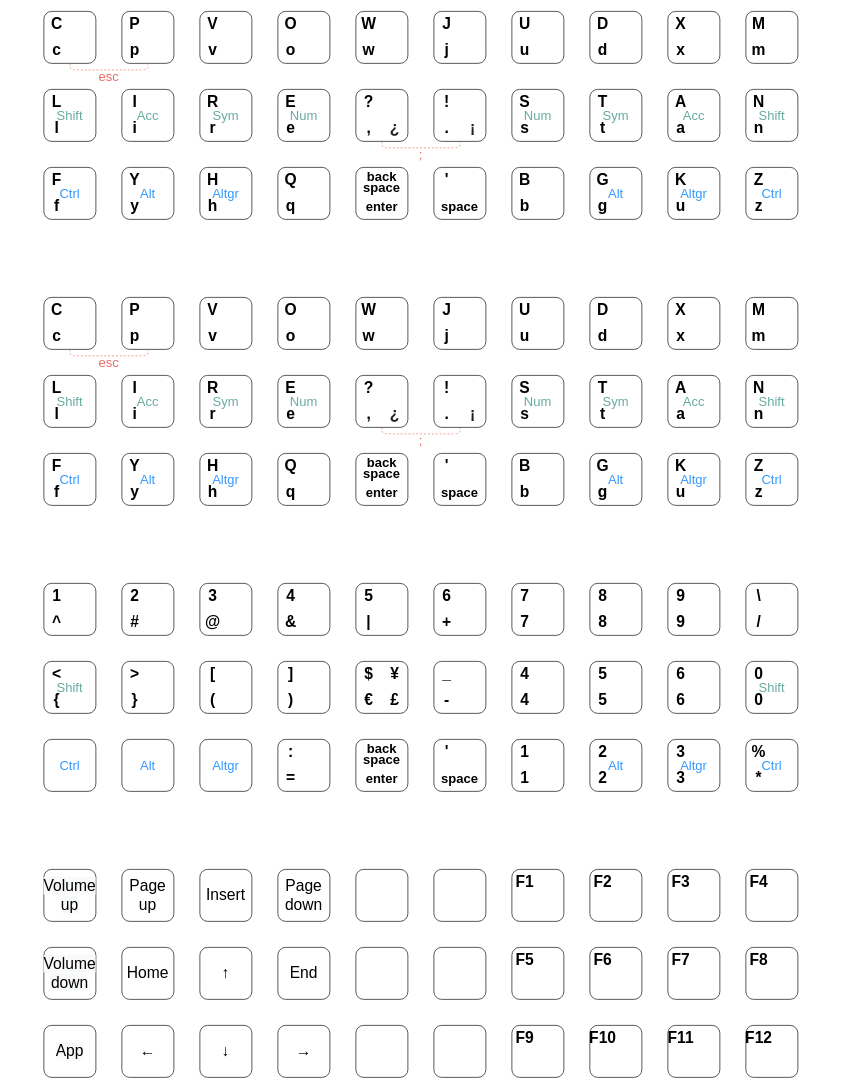
Hedgestock/custom-keyboard-layouts keeps this draw.io diagram as Gherkin with custom lire layout for 30 keys/gherkin aito-lire.drawio. Above is the earlier version. Source tidied: cells renumbered, new cells numbered last; positions are measured from the earlier drawing's top-left corner, leaving out a move shared by most shapes. Both pictures are drawn from the tidied source at 65%, with x=0, y=0 at pixel (44, 11).
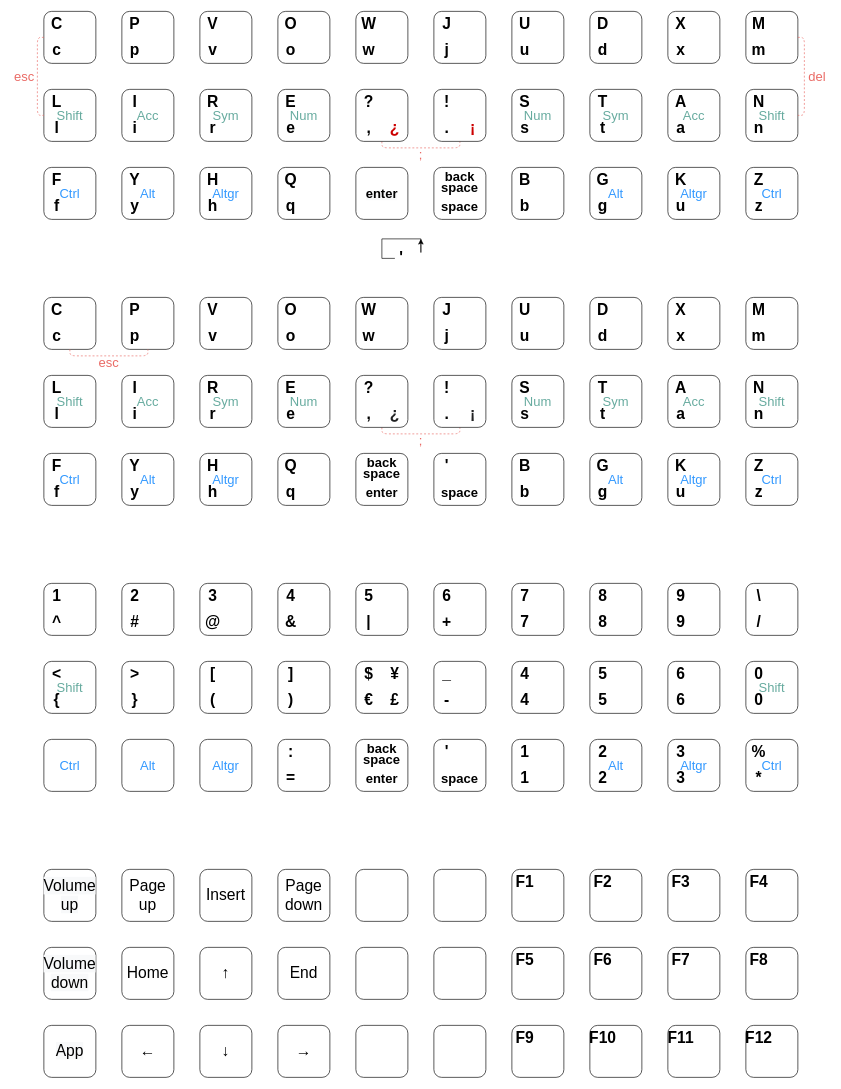
The same page after the edit.

Commit message (it also covers changes not shown here):
Added first test on lire-30 layout

The change refers to these unchanged cells:
```xml
<mxCell id="17" style="rounded=1;whiteSpace=wrap;html=1;" parent="16" vertex="1">
  <mxGeometry width="80" height="80" as="geometry" />
</mxCell>
<mxCell id="41" style="group;" parent="1" vertex="1">
  <mxGeometry x="480" y="120" width="80" height="80" as="geometry" />
</mxCell>
<mxCell id="46" style="group;" parent="1" vertex="1">
  <mxGeometry x="600" y="120" width="80" height="80" as="geometry" />
</mxCell>
<mxCell id="67" style="rounded=1;whiteSpace=wrap;html=1;" parent="66" vertex="1">
  <mxGeometry width="80" height="80" as="geometry" />
</mxCell>
<mxCell id="72" style="rounded=1;whiteSpace=wrap;html=1;" parent="71" vertex="1">
  <mxGeometry width="80" height="80" as="geometry" />
</mxCell>
<mxCell id="80" style="rounded=1;whiteSpace=wrap;html=1;" parent="79" vertex="1">
  <mxGeometry width="80" height="80" as="geometry" />
</mxCell>
<mxCell id="295" style="group;" parent="1" vertex="1">
  <mxGeometry x="600" y="240" width="80" height="80" as="geometry" />
</mxCell>
<mxCell id="300" style="group;" parent="299" vertex="1">
  <mxGeometry width="80" height="80" as="geometry" />
</mxCell>
```

Change to the diagram source:
```diff
@@
-    <mxCell id="45" value="&lt;span style=&quot;color: rgb(32 , 33 , 34) ; font-family: sans-serif ; background-color: rgb(255 , 255 , 255)&quot;&gt;&lt;span lang=&quot;es&quot; title=&quot;Spanish language text&quot;&gt;&lt;b&gt;&lt;font style=&quot;font-size: 24px&quot;&gt;¿&lt;/font&gt;&lt;/b&gt;&lt;/span&gt;&lt;/span&gt;" style="text;html=1;strokeColor=none;fillColor=none;align=center;verticalAlign=middle;whiteSpace=wrap;rounded=0;" parent="41" vertex="1">
+    <mxCell id="45" value="&lt;span style=&quot;font-family: sans-serif ; background-color: rgb(255 , 255 , 255)&quot;&gt;&lt;span lang=&quot;es&quot; title=&quot;Spanish language text&quot;&gt;&lt;b&gt;&lt;font style=&quot;font-size: 24px&quot; color=&quot;#cc0000&quot;&gt;¿&lt;/font&gt;&lt;/b&gt;&lt;/span&gt;&lt;/span&gt;" style="text;html=1;strokeColor=none;fillColor=none;align=center;verticalAlign=middle;whiteSpace=wrap;rounded=0;" parent="41" vertex="1">
       <mxGeometry x="50" y="50" width="20" height="20" as="geometry" />
     </mxCell>
@@
-    <mxCell id="50" value="&lt;span style=&quot;color: rgb(32 , 33 , 34) ; font-family: sans-serif ; font-size: 24px ; background-color: rgb(255 , 255 , 255)&quot;&gt;&lt;b&gt;¡&lt;/b&gt;&lt;/span&gt;" style="text;html=1;strokeColor=none;fillColor=none;align=center;verticalAlign=middle;whiteSpace=wrap;rounded=0;" parent="46" vertex="1">
+    <mxCell id="50" value="&lt;span style=&quot;font-family: sans-serif ; font-size: 24px ; background-color: rgb(255 , 255 , 255)&quot;&gt;&lt;b&gt;&lt;font color=&quot;#cc0000&quot;&gt;¡&lt;/font&gt;&lt;/b&gt;&lt;/span&gt;" style="text;html=1;strokeColor=none;fillColor=none;align=center;verticalAlign=middle;whiteSpace=wrap;rounded=0;" parent="46" vertex="1">
       <mxGeometry x="50" y="50" width="20" height="20" as="geometry" />
     </mxCell>
@@
-    <mxCell id="136" style="endArrow=none;dashed=1;html=1;exitX=0.5;exitY=1;exitDx=0;exitDy=0;entryX=0.5;entryY=1;entryDx=0;entryDy=0;strokeColor=#EA6B66;" parent="1" edge="1">
+    <mxCell id="136" style="endArrow=none;dashed=1;html=1;entryX=0;entryY=0.5;entryDx=0;entryDy=0;strokeColor=#EA6B66;exitX=0;exitY=0.5;exitDx=0;exitDy=0;" parent="1" edge="1" source="80" target="17">
       <mxGeometry relative="1" as="geometry">
-        <mxPoint x="40" y="80" as="sourcePoint" />
-        <mxPoint x="160" y="80" as="targetPoint" />
         <Array as="points">
-          <mxPoint x="40" y="90" />
-          <mxPoint x="160" y="90" />
+          <mxPoint x="-10" y="40" />
+          <mxPoint x="-10" y="160" />
         </Array>
       </mxGeometry>
     </mxCell>
     <mxCell id="137" value="&lt;font color=&quot;#ea6b66&quot;&gt;&lt;span style=&quot;font-size: 20px&quot;&gt;esc&lt;/span&gt;&lt;/font&gt;" style="text;html=1;strokeColor=none;fillColor=none;align=center;verticalAlign=middle;whiteSpace=wrap;rounded=0;" parent="1" vertex="1">
-      <mxGeometry x="70" y="90" width="60" height="20" as="geometry" />
+      <mxGeometry x="-50" y="90" width="40" height="20" as="geometry" />
     </mxCell>
@@
-    <mxCell id="298" value="&lt;b&gt;&lt;font style=&quot;font-size: 24px&quot;&gt;'&lt;/font&gt;&lt;/b&gt;" style="text;html=1;strokeColor=none;fillColor=none;align=center;verticalAlign=middle;whiteSpace=wrap;rounded=0;" parent="295" vertex="1">
-      <mxGeometry x="10" y="10" width="20" height="20" as="geometry" />
-    </mxCell>
+    <mxCell id="303" value="&lt;font style=&quot;font-size: 20px ; line-height: 60%&quot;&gt;&lt;b&gt;back&lt;br&gt;space&lt;/b&gt;&lt;/font&gt;" style="text;html=1;strokeColor=none;fillColor=none;align=center;verticalAlign=middle;whiteSpace=wrap;rounded=0;" parent="295" vertex="1">
+      <mxGeometry y="10" width="80" height="30" as="geometry" />
+    </mxCell>
@@
-    <mxCell id="301" style="rounded=1;whiteSpace=wrap;html=1;" parent="300" vertex="1">
+    <mxCell id="301" value="&#10;&#10;&lt;b style=&quot;color: rgb(0, 0, 0); font-family: helvetica; font-size: 12px; font-style: normal; letter-spacing: normal; text-align: center; text-indent: 0px; text-transform: none; word-spacing: 0px; background-color: rgb(248, 249, 250);&quot;&gt;&lt;font style=&quot;font-size: 20px&quot;&gt;enter&lt;/font&gt;&lt;/b&gt;&#10;&#10;" style="rounded=1;whiteSpace=wrap;html=1;" parent="300" vertex="1">
       <mxGeometry width="80" height="80" as="geometry" />
     </mxCell>
-    <mxCell id="302" value="&lt;b&gt;&lt;font style=&quot;font-size: 20px&quot;&gt;enter&lt;/font&gt;&lt;/b&gt;" style="text;html=1;strokeColor=none;fillColor=none;align=center;verticalAlign=middle;whiteSpace=wrap;rounded=0;" parent="300" vertex="1">
-      <mxGeometry y="50" width="80" height="20" as="geometry" />
-    </mxCell>
-    <mxCell id="303" value="&lt;font style=&quot;font-size: 20px ; line-height: 60%&quot;&gt;&lt;b&gt;back&lt;br&gt;space&lt;/b&gt;&lt;/font&gt;" style="text;html=1;strokeColor=none;fillColor=none;align=center;verticalAlign=middle;whiteSpace=wrap;rounded=0;" parent="300" vertex="1">
-      <mxGeometry y="10" width="80" height="30" as="geometry" />
-    </mxCell>
@@
+    <mxCell id="458" style="edgeStyle=orthogonalEdgeStyle;rounded=0;jettySize=auto;html=1;exitX=0;exitY=0.5;exitDx=0;exitDy=0;" parent="1" edge="1" source="298">
+      <mxGeometry relative="1" as="geometry">
+        <mxPoint x="580" y="350" as="targetPoint" />
+      </mxGeometry>
+    </mxCell>
+    <mxCell id="298" value="&lt;b&gt;&lt;font style=&quot;font-size: 24px&quot;&gt;'&lt;/font&gt;&lt;/b&gt;" style="text;html=1;strokeColor=none;fillColor=none;align=center;verticalAlign=middle;whiteSpace=wrap;rounded=0;" parent="1" vertex="1">
+      <mxGeometry x="540" y="370" width="20" height="20" as="geometry" />
+    </mxCell>
+    <mxCell id="459" style="endArrow=none;dashed=1;html=1;entryX=1;entryY=0.5;entryDx=0;entryDy=0;strokeColor=#EA6B66;exitX=1;exitY=0.5;exitDx=0;exitDy=0;" parent="1" edge="1" source="72" target="67">
+      <mxGeometry relative="1" as="geometry">
+        <Array as="points">
+          <mxPoint x="1170" y="40" />
+          <mxPoint x="1170" y="160" />
+        </Array>
+      </mxGeometry>
+    </mxCell>
+    <mxCell id="460" value="&lt;font color=&quot;#ea6b66&quot;&gt;&lt;span style=&quot;font-size: 20px&quot;&gt;del&lt;/span&gt;&lt;/font&gt;" style="text;html=1;strokeColor=none;fillColor=none;align=center;verticalAlign=middle;whiteSpace=wrap;rounded=0;" parent="1" vertex="1">
+      <mxGeometry x="1170" y="90" width="40" height="20" as="geometry" />
+    </mxCell>
```
